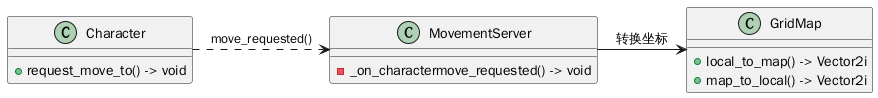
minkieyume/nightcat-srpg keeps this PlantUML diagram as 程序架构/character_relation.png. Above is the earlier version. The source it was exported from:
```plantuml
@startuml
class Character{
+ request_move_to() -> void
}
class MovementServer{
- _on_charactermove_requested() -> void
}
class GridMap{
+ local_to_map() -> Vector2i
+ map_to_local() -> Vector2i
}
Character .right.> MovementServer : move_requested()
MovementServer -right-> GridMap : 转换坐标
@enduml
```
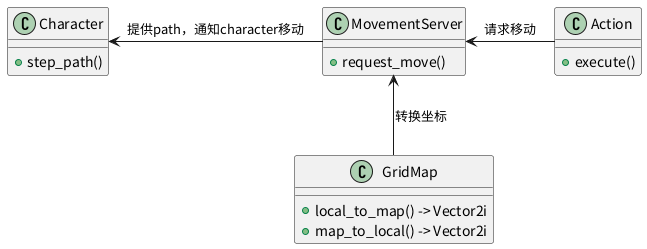
Later version of the same file.

The edit, as a diff of the source:
```diff
@@ -1,14 +1,18 @@
 @startuml
 class Character{
-+ request_move_to() -> void
++ step_path()
 }
 class MovementServer{
-- _on_charactermove_requested() -> void
++ request_move()
 }
 class GridMap{
 + local_to_map() -> Vector2i
 + map_to_local() -> Vector2i
 }
-Character .right.> MovementServer : move_requested()
-MovementServer -right-> GridMap : 转换坐标
+class Action{
++ execute()
+}
+Character <-right- MovementServer : 提供path，通知character移动
+MovementServer <-down- GridMap : 转换坐标
+Action -left-> MovementServer : 请求移动
 @enduml
```
